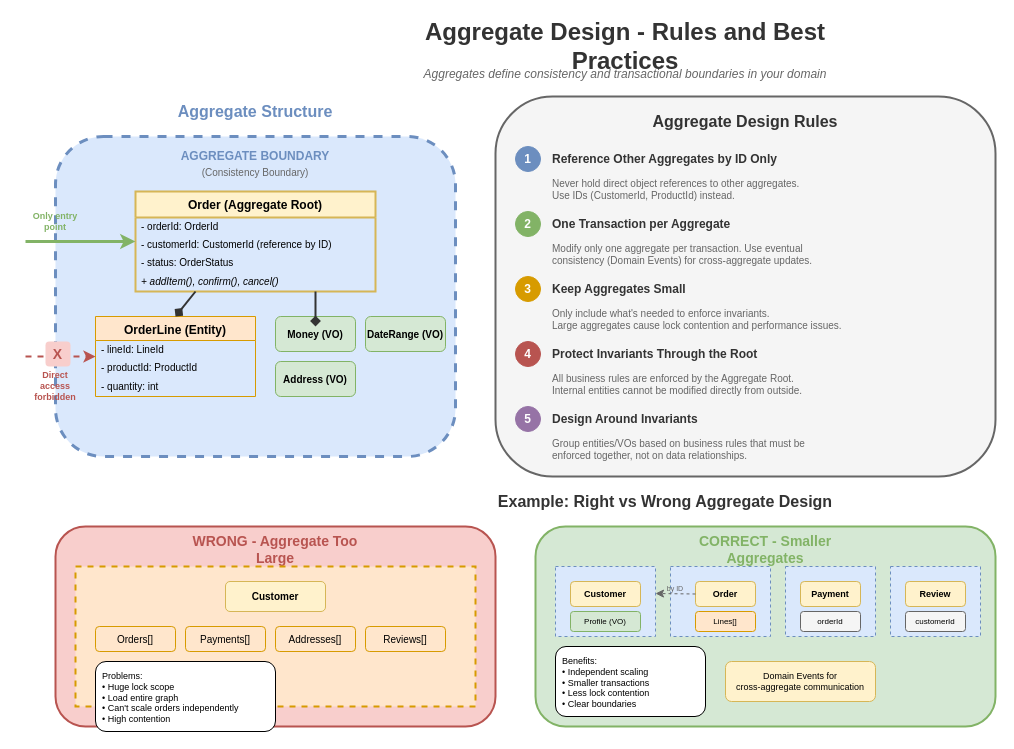
Above: lesson-01-software-design-architecture/diagrams/1.5.3-ddd-aggregate-design.drawio in MrParkerZ7/document-lesson-software-architect-x-claude (draw.io), before the change. Source tidied: cells renumbered, new cells numbered last; positions are measured from the earlier drawing's top-left corner, leaving out a move shared by most shapes. Both pictures are drawn from the tidied source at 100%, with x=0, y=0 at pixel (25, 26).
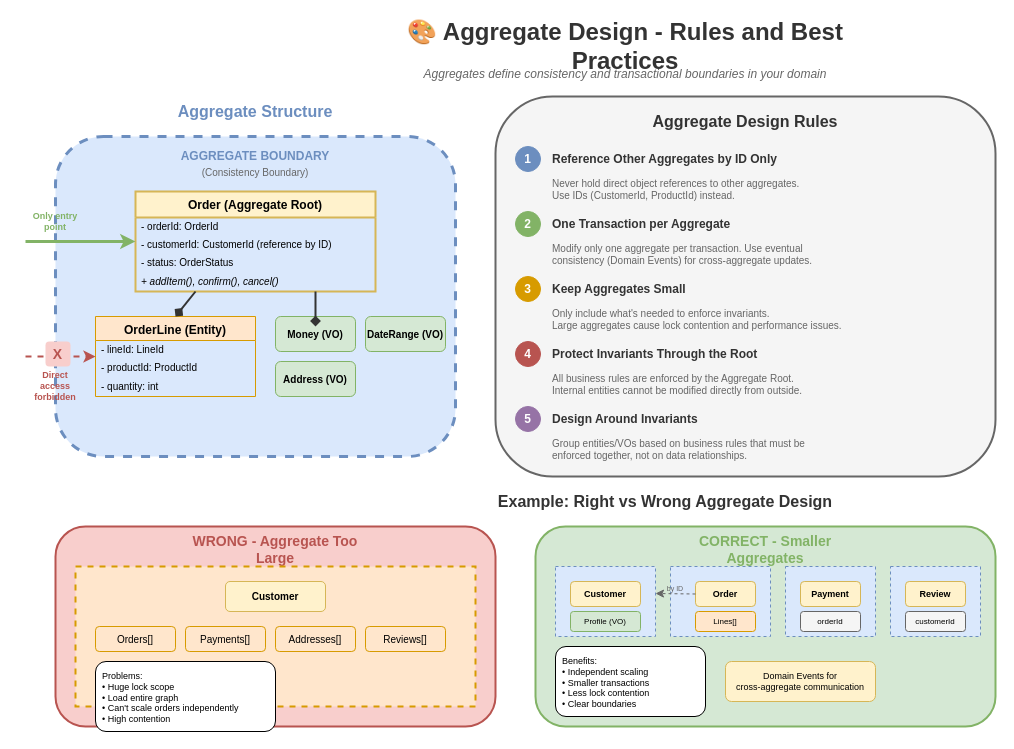
The same page after the edit.

What changed in the source:
```diff
@@
-    <mxCell id="2" value="Aggregate Design - Rules and Best Practices" style="text;html=1;strokeColor=none;fillColor=none;align=center;verticalAlign=middle;whiteSpace=wrap;rounded=0;fontSize=24;fontStyle=1;fontColor=#333333;" parent="1" vertex="1">
+    <mxCell id="2" value="🎨 Aggregate Design - Rules and Best Practices" style="text;html=1;strokeColor=none;fillColor=none;align=center;verticalAlign=middle;whiteSpace=wrap;rounded=0;fontSize=24;fontStyle=1;fontColor=#333333;" parent="1" vertex="1">
       <mxGeometry x="350" width="500" height="40" as="geometry" />
     </mxCell>
```
